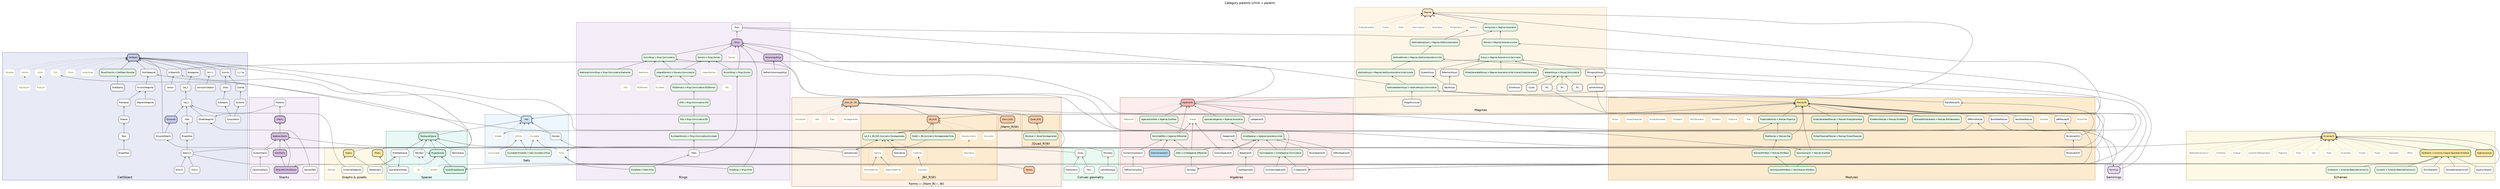
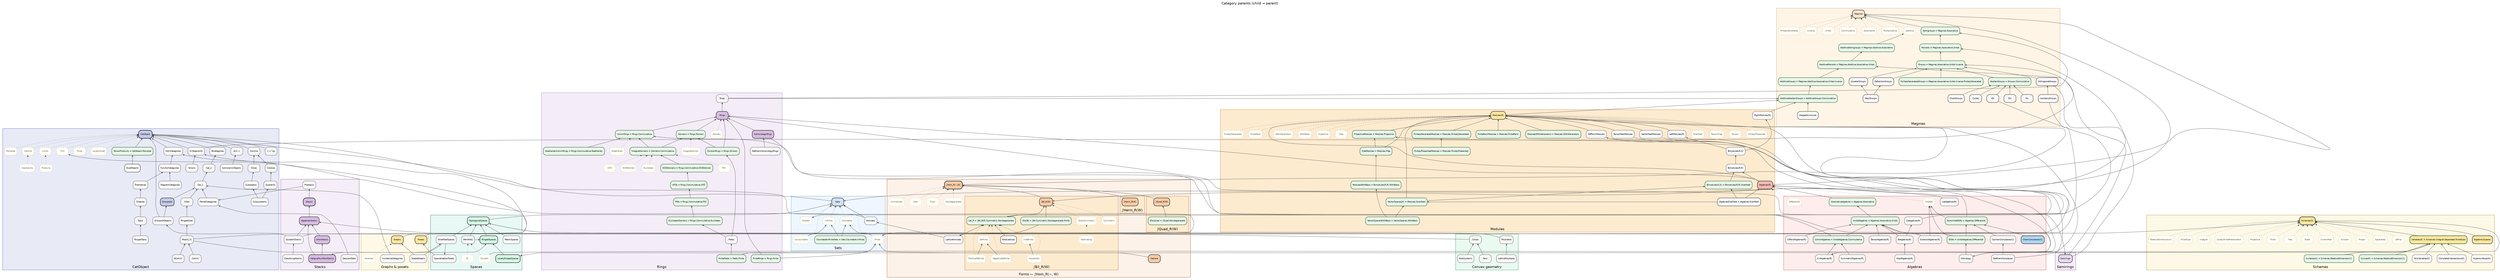
// Category parent graph (child → parent = supercategory).
//
// Node classes:
//   1. Categories — solid boxes
//   2. Atomic axioms — short dotted label on most general host; dotted edge
//   3. Named joins — green "Name = C.A1.A2…" when a conventional name packages
//      axioms from farther up the hierarchy
//
// Forms: ∫Hom_R(−,W) hosts shared form axioms; Bil ‖ Quad ‖ Herm are children.
// Render: dot -Tsvg category_parent_graph.dot -o category_parent_graph.svg

digraph CategoryParents {
  graph [
    rankdir=BT
    labelloc=t
    label="Category parents (child → parent)"
    fontsize=15
    fontname="Helvetica"
    nodesep=0.32
    ranksep=0.55
    compound=true
    newrank=true
    splines=true
  ];
  node [
    shape=box
    style="rounded,filled"
    fontname="Helvetica"
    fontsize=9
    fillcolor="#f7f7f7"
    color="#333333"
  ];
  edge [color="#444444", arrowsize=0.65];

  // Named-join default (overridden locally where needed)
  // fillcolor="#e8f5e9" color="#1b5e20"

  //══════════════════════════════════════════════════════════════
  // CatObject + sites/sheaves
  //══════════════════════════════════════════════════════════════
  subgraph cluster_cat {
    label="CatObject";
    style=filled; fillcolor="#e8eaf6"; color="#3f51b5";
    node [style="rounded,filled", fillcolor="#f7f7f7", color="#333333", fontcolor="#000000"];

    CatObject [fillcolor="#c5cae9", penwidth=2.5];
    // Cat_1 = ordinary 1-categories; Cat_2 = (2,1)-categories
    Cat_1; Cat_2;
    Groupoids [fillcolor="#c5cae9", penwidth=2];
    Bicategories;
    "Arr(−)"; "(−)^op";
    Comma; Slices; Coslices;
    // slice/coslice constructions (a subobject is a mono A→B in a slice)
    Subobjects; Quotients; Subquotients; IsomorphicObjects;
    DiagramCategories; FunctorCategories; HomCategories;
    "G-Objects(G)"; FibredCategories; GroupoidObjects; Torsors;
    Sites; Presheaves; Sheaves; Topoi;
    RingedSites; RingedTopoi;
    "Mod(O_X)"; "Coh(X)"; "QCoh(X)";

    node [style="rounded,filled", fillcolor="#e8f5e9", color="#1b5e20", fontcolor="#000000", penwidth=1.5];
    "TensorProducts = CatObject.Monoidal";
    node [style="rounded,filled", fillcolor="#f7f7f7", color="#333333", fontcolor="#000000"];
    DualObjects;

    node [style="rounded,filled,dotted", fillcolor="#fffef5", color="#888888", fontcolor="#555555"];
    // Nested-cat + (co)limit axioms on CatObject
    "CatObject.LocallySmall" [label="LocallySmall"];
    "CatObject.Finite" [label="Finite"];
    "CatObject.Thin" [label="Thin"];
    "CatObject.Limits" [label="Limits"];
    "CatObject.Colimits" [label="Colimits"];
    "CatObject.Products" [label="Products"];
    "CatObject.Coproducts" [label="Coproducts"];
    "ax.Monoidal" [label="Monoidal"];
    node [style="rounded,filled", fillcolor="#f7f7f7", color="#333333", fontcolor="#000000"];

    "CatObject.LocallySmall" -> CatObject [style=dotted];
    "CatObject.Finite" -> CatObject [style=dotted];
    "CatObject.Thin" -> CatObject [style=dotted];
    "CatObject.Limits" -> CatObject [style=dotted];
    "CatObject.Colimits" -> CatObject [style=dotted];
    // Products/Coproducts organize under (co)limits
    "CatObject.Products" -> "CatObject.Limits" [style=dotted];
    "CatObject.Coproducts" -> "CatObject.Colimits" [style=dotted];
    "ax.Monoidal" -> CatObject [style=dotted];

    Groupoids -> Cat_1;
    Cat_1 -> Cat_2;
    Cat_2 -> Bicategories;
    Bicategories -> CatObject;
    "TensorProducts = CatObject.Monoidal" -> CatObject;
    DualObjects -> "TensorProducts = CatObject.Monoidal";
    "Arr(−)" -> CatObject;
    "(−)^op" -> CatObject;
    Comma -> CatObject;
    Slices -> Comma;
    Coslices -> Comma;
    Subobjects -> Slices;
    Quotients -> Coslices;
    Subquotients -> Subobjects;
    Subquotients -> Quotients;
    IsomorphicObjects -> "Arr(−)";
    DiagramCategories -> FunctorCategories;
    FunctorCategories -> HomCategories;
    HomCategories -> CatObject;
    "G-Objects(G)" -> CatObject;
    // Fibred categories over an arbitrary base category (not only groupoids)
    FibredCategories -> Cat_1;
    GroupoidObjects -> CatObject;
    GroupoidObjects -> Groupoids;
    Torsors -> "G-Objects(G)";
    Sites -> Cat_1;
    Presheaves -> FunctorCategories;
    Sheaves -> Presheaves;
    Topoi -> Sheaves;
    RingedSites -> Sites;
    RingedTopoi -> Topoi;
    "Mod(O_X)" -> RingedSites;
    "Coh(X)" -> "Mod(O_X)";
    "QCoh(X)" -> "Mod(O_X)";
  }

  //══════════════════════════════════════════════════════════════
  // Sets
  //══════════════════════════════════════════════════════════════
  subgraph cluster_sets {
    label="Sets";
    style=filled; fillcolor="#eef6ff"; color="#6a8caf";
    node [style="rounded,filled", fillcolor="#f7f7f7", color="#333333", fontcolor="#000000"];

    Sets [fillcolor="#cfe2f3", penwidth=2];
    Homsets;

    node [style="rounded,filled", fillcolor="#e8f5e9", color="#1b5e20", fontcolor="#000000", penwidth=1.5];
    "CountableInfiniteSets = Sets.Countable.Infinite";

    node [style="rounded,filled,dotted", fillcolor="#fffef5", color="#888888", fontcolor="#555555"];
    "Sets.Finite" [label="Finite"];
    "Sets.Infinite" [label="Infinite"];
    "Sets.Countable" [label="Countable"];
    "Sets.Uncountable" [label="Uncountable"];
    "Sets.Graded" [label="Graded"];
    node [style="rounded,filled", fillcolor="#f7f7f7", color="#333333", fontcolor="#000000"];

    Sets -> CatObject [constraint=false];
    "Sets.Finite" -> Sets [style=dotted];
    "Sets.Infinite" -> Sets [style=dotted];
    "Sets.Countable" -> Sets [style=dotted];
    "Sets.Uncountable" -> Sets [style=dotted];
    "Sets.Graded" -> Sets [style=dotted];
    "Sets.Finite" -> "Sets.Countable";
    "Sets.Uncountable" -> "Sets.Infinite";
    "CountableInfiniteSets = Sets.Countable.Infinite" -> "Sets.Countable";
    "CountableInfiniteSets = Sets.Countable.Infinite" -> "Sets.Infinite";
    Homsets -> HomCategories [constraint=false];
    Homsets -> Sets;
  }

  //══════════════════════════════════════════════════════════════
  // Spaces
  //══════════════════════════════════════════════════════════════
  subgraph cluster_spaces {
    label="Spaces";
    style=filled; fillcolor="#e8f8f5"; color="#0e6655";
    node [style="rounded,filled", fillcolor="#f7f7f7", color="#333333", fontcolor="#000000"];

    TopologicalSpaces [fillcolor="#d5f5e3", penwidth=2];
    MetricSpaces;
    Manifolds;
    RingedSpaces [fillcolor="#d5f5e3", penwidth=2];
    LocallyRingedSpaces [fillcolor="#d5f5e3", penwidth=2];
    StratifiedSpaces;

    node [style="rounded,filled,dotted", fillcolor="#fffef5", color="#888888", fontcolor="#555555"];
    "Manifolds.Smooth" [label="Smooth"];
    "Manifolds.PL" [label="PL"];
    node [style="rounded,filled", fillcolor="#f7f7f7", color="#333333", fontcolor="#000000"];

    TopologicalSpaces -> Sets [constraint=false];
    MetricSpaces -> TopologicalSpaces;
    Manifolds -> TopologicalSpaces;
    Manifolds -> RingedSpaces [constraint=false];
    "Manifolds.Smooth" -> Manifolds [style=dotted];
    "Manifolds.PL" -> Manifolds [style=dotted];
    RingedSpaces -> TopologicalSpaces;
    LocallyRingedSpaces -> RingedSpaces;
    StratifiedSpaces -> TopologicalSpaces;
    StratifiedSpaces -> SpecializationPosets [constraint=false];
    "Mod(O_X)" -> RingedSpaces [constraint=false];
  }

  //══════════════════════════════════════════════════════════════
  // Convex geometry
  //══════════════════════════════════════════════════════════════
  subgraph cluster_convex {
    label="Convex geometry";
    style=filled; fillcolor="#eafaf1"; color="#1e8449";
    node [style="rounded,filled", fillcolor="#f7f7f7", color="#333333", fontcolor="#000000"];

    Cones; Fans; Polyhedra; LatticePolytopes; RootSystems;
    Cones -> TopologicalSpaces [constraint=false];
    Fans -> Cones;
    Polyhedra -> TopologicalSpaces [constraint=false];
    LatticePolytopes -> Polyhedra;
    RootSystems -> Cones;
  }

  //══════════════════════════════════════════════════════════════
  // Graphs & posets
  //══════════════════════════════════════════════════════════════
  subgraph cluster_graphs {
    label="Graphs & posets";
    style=filled; fillcolor="#fef9e7"; color="#b7950b";
    node [style="rounded,filled", fillcolor="#f7f7f7", color="#333333", fontcolor="#000000"];

    Graphs [fillcolor="#f9e79f", penwidth=2];
    StableGraphs; Posets [fillcolor="#f9e79f", penwidth=2];
    SpecializationPosets; IncidenceCategories;

    node [style="rounded,filled,dotted", fillcolor="#fffef5", color="#888888", fontcolor="#555555"];
    "Graphs.Directed" [label="Directed"];
    node [style="rounded,filled", fillcolor="#f7f7f7", color="#333333", fontcolor="#000000"];

    Graphs -> CatObject [constraint=false];
    "Graphs.Directed" -> Graphs [style=dotted];
    StableGraphs -> Graphs;
    Posets -> "CatObject.Thin" [constraint=false];
    SpecializationPosets -> Posets;
    IncidenceCategories -> Cat_1 [constraint=false];
    StableGraphs -> StratifiedSpaces [constraint=false];
  }

  //══════════════════════════════════════════════════════════════
  // Magmas
  //══════════════════════════════════════════════════════════════
  subgraph cluster_magmas {
    label="Magmas";
    style=filled; fillcolor="#fff5e6"; color="#c49a6c";
    node [style="rounded,filled", fillcolor="#f7f7f7", color="#333333", fontcolor="#000000"];

    Magmas [fillcolor="#fce5cd", penwidth=2];

    // named joins (axioms from Magmas)
    node [style="rounded,filled", fillcolor="#e8f5e9", color="#1b5e20", fontcolor="#000000", penwidth=1.5];
    "Semigroups = Magmas.Associative";
    "Monoids = Magmas.Associative.Unital";
    "Groups = Magmas.Associative.Unital.Inverse";
    "AbelianGroups = Groups.Commutative";
    "FinitelyGeneratedGroups = Magmas.Associative.Unital.Inverse.FinitelyGenerated";
    "AdditiveSemigroups = Magmas.Additive.Associative";
    "AdditiveMonoids = Magmas.Additive.Associative.Unital";
    "AdditiveGroups = Magmas.Additive.Associative.Unital.Inverse";
    "AdditiveAbelianGroups = AdditiveGroups.Commutative";
    node [style="rounded,filled", fillcolor="#f7f7f7", color="#333333", fontcolor="#000000"];

    CoxeterGroups; WeylGroups; ReflectionGroups;
    OrthogonalGroups; IsometryGroups;
    Pic; Div; NS; Cycles; ChowGroups; HodgeStructures;

    // Flat Magmas axiom set: Additive/Multiplicative select the operation;
    // Associative/Unital/Inverse/Commutative hang on Magmas itself (not re-hosted).
    node [style="rounded,filled,dotted", fillcolor="#fffef5", color="#888888", fontcolor="#555555"];
    "Magmas.Additive" [label="Additive"];
    "Magmas.Multiplicative" [label="Multiplicative"];
    "ax.Associative" [label="Associative"];
    "ax.Commutative" [label="Commutative"];
    "ax.Unital" [label="Unital"];
    "ax.Inverse" [label="Inverse"];
    "ax.FinitelyGenerated" [label="FinitelyGenerated"];
    node [style="rounded,filled", fillcolor="#f7f7f7", color="#333333", fontcolor="#000000"];

    "Magmas.Additive" -> Magmas [style=dotted];
    "Magmas.Multiplicative" -> Magmas [style=dotted];
    "ax.Associative" -> Magmas [style=dotted];
    "ax.Commutative" -> Magmas [style=dotted];
    "ax.Unital" -> Magmas [style=dotted];
    "ax.Inverse" -> Magmas [style=dotted];
    "ax.FinitelyGenerated" -> Magmas [style=dotted];

    // Hasse: each named join factors through the previous rung
    "Semigroups = Magmas.Associative" -> Magmas;
    "Monoids = Magmas.Associative.Unital" -> "Semigroups = Magmas.Associative";
    "Groups = Magmas.Associative.Unital.Inverse" -> "Monoids = Magmas.Associative.Unital";
    "AbelianGroups = Groups.Commutative" -> "Groups = Magmas.Associative.Unital.Inverse";
    "FinitelyGeneratedGroups = Magmas.Associative.Unital.Inverse.FinitelyGenerated" -> "Groups = Magmas.Associative.Unital.Inverse";
    "AdditiveSemigroups = Magmas.Additive.Associative" -> "Magmas.Additive";
    "AdditiveMonoids = Magmas.Additive.Associative.Unital" -> "AdditiveSemigroups = Magmas.Additive.Associative";
    "AdditiveGroups = Magmas.Additive.Associative.Unital.Inverse" -> "AdditiveMonoids = Magmas.Additive.Associative.Unital";
    "AdditiveAbelianGroups = AdditiveGroups.Commutative" -> "AdditiveGroups = Magmas.Additive.Associative.Unital.Inverse";

    CoxeterGroups -> "Groups = Magmas.Associative.Unital.Inverse";
    WeylGroups -> CoxeterGroups;
    ReflectionGroups -> "Groups = Magmas.Associative.Unital.Inverse";
    WeylGroups -> ReflectionGroups;
    OrthogonalGroups -> "Groups = Magmas.Associative.Unital.Inverse";
    IsometryGroups -> OrthogonalGroups;
    Pic -> "AbelianGroups = Groups.Commutative";
    Div -> "AbelianGroups = Groups.Commutative";
    NS -> "AbelianGroups = Groups.Commutative";
    Cycles -> "AbelianGroups = Groups.Commutative";
    ChowGroups -> "AbelianGroups = Groups.Commutative";
    HodgeStructures -> "AdditiveAbelianGroups = AdditiveGroups.Commutative";
    Magmas -> Sets [constraint=false];
    "G-Objects(G)" -> "Groups = Magmas.Associative.Unital.Inverse" [constraint=false];
  }

  //══════════════════════════════════════════════════════════════
  // Semirings
  //══════════════════════════════════════════════════════════════
  subgraph cluster_semirings {
    label="Semirings";
    style=filled; fillcolor="#f5eef8"; color="#7d3c98";
    node [style="rounded,filled", fillcolor="#f7f7f7", color="#333333", fontcolor="#000000"];
    Semirings [fillcolor="#e8daef", penwidth=2];
    Semirings -> "Monoids = Magmas.Associative.Unital" [constraint=false];
    Semirings -> "AdditiveMonoids = Magmas.Additive.Associative.Unital" [constraint=false];
  }

  //══════════════════════════════════════════════════════════════
  // Rings
  //══════════════════════════════════════════════════════════════
  subgraph cluster_rings {
    label="Rings";
    style=filled; fillcolor="#f4ecf7"; color="#8e7cc3";
    node [style="rounded,filled", fillcolor="#f7f7f7", color="#333333", fontcolor="#000000"];

    Rngs; Rings [fillcolor="#d7bde2", penwidth=2];
    Fields;
    CohomologyRings [fillcolor="#d7bde2", penwidth=2];
    DeRhamCohomologyRings;

    node [style="rounded,filled", fillcolor="#e8f5e9", color="#1b5e20", fontcolor="#000000", penwidth=1.5];
    "CommRings = Rings.Commutative";
    "Domains = Rings.Domain";
    "IntegralDomains = Domains.Commutative";
    "GCDDomains = Rings.Commutative.GCDDomain";
    "UFDs = Rings.Commutative.UFD";
    "PIDs = Rings.Commutative.PID";
    "EuclideanDomains = Rings.Commutative.Euclidean";
    "NoetherianCommRings = Rings.Commutative.Noetherian";
    // Finite lives on Sets; FiniteRings/Fields are pullbacks Rings.Finite / Fields.Finite
    "FiniteRings = Rings.Finite";
    "FiniteFields = Fields.Finite";
    // Multiplicative invertibility (nonzero) packaged onto Rings
    "DivisionRings = Rings.Division";
    node [style="rounded,filled", fillcolor="#f7f7f7", color="#333333", fontcolor="#000000"];

    node [style="rounded,filled,dotted", fillcolor="#fffef5", color="#888888", fontcolor="#555555"];
    "ax.Domain" [label="Domain"];
    "ax.IntegralDomain" [label="IntegralDomain"];
    "ax.GCDDomain" [label="GCDDomain"];
    "ax.UFD" [label="UFD"];
    "ax.PID" [label="PID"];
    "ax.Euclidean" [label="Euclidean"];
    "ax.Noetherian" [label="Noetherian"];
    node [style="rounded,filled", fillcolor="#f7f7f7", color="#333333", fontcolor="#000000"];

    Rngs -> "Semigroups = Magmas.Associative" [constraint=false];
    Rngs -> "AdditiveAbelianGroups = AdditiveGroups.Commutative" [constraint=false];
    Rings -> Rngs;
    Rings -> Semirings [constraint=false];
    "DivisionRings = Rings.Division" -> Rings;
    "DivisionRings = Rings.Division" -> "Domains = Rings.Domain";
    Fields -> "DivisionRings = Rings.Division";
    Fields -> "EuclideanDomains = Rings.Commutative.Euclidean";
    "CommRings = Rings.Commutative" -> Rings;
    // Domains need not be commutative
    "Domains = Rings.Domain" -> Rings;
    "IntegralDomains = Domains.Commutative" -> "Domains = Rings.Domain";
    "IntegralDomains = Domains.Commutative" -> "CommRings = Rings.Commutative";
    "GCDDomains = Rings.Commutative.GCDDomain" -> "IntegralDomains = Domains.Commutative";
    "UFDs = Rings.Commutative.UFD" -> "GCDDomains = Rings.Commutative.GCDDomain";
    "PIDs = Rings.Commutative.PID" -> "UFDs = Rings.Commutative.UFD";
    "EuclideanDomains = Rings.Commutative.Euclidean" -> "PIDs = Rings.Commutative.PID";
    "NoetherianCommRings = Rings.Commutative.Noetherian" -> "CommRings = Rings.Commutative";
    "FiniteRings = Rings.Finite" -> Rings;
    "FiniteRings = Rings.Finite" -> "Sets.Finite";
    "FiniteFields = Fields.Finite" -> Fields;
    "FiniteFields = Fields.Finite" -> "Sets.Finite";

    "ax.Domain" -> Rings [style=dotted];
    "ax.IntegralDomain" -> "Domains = Rings.Domain" [style=dotted];
    "ax.GCDDomain" -> "IntegralDomains = Domains.Commutative" [style=dotted];
    "ax.UFD" -> "IntegralDomains = Domains.Commutative" [style=dotted];
    "ax.PID" -> "IntegralDomains = Domains.Commutative" [style=dotted];
    "ax.Euclidean" -> "IntegralDomains = Domains.Commutative" [style=dotted];
    "ax.Noetherian" -> "CommRings = Rings.Commutative" [style=dotted];

    CohomologyRings -> Rings;
    DeRhamCohomologyRings -> CohomologyRings;
  }

  //══════════════════════════════════════════════════════════════
  // Modules — Left / Right / Bi are categories, not axioms
  //══════════════════════════════════════════════════════════════
  subgraph cluster_modules {
    label="Modules";
    style=filled; fillcolor="#fdebd0"; color="#b9770e";
    node [style="rounded,filled", fillcolor="#f7f7f7", color="#333333", fontcolor="#000000"];

    // Modules(R) = left R-modules (Foundations Def 13.1). Sage's Modules(R) is NOT
    // this vertex: it is Bimodules(R,R) (modules.py; see the sagecats ledger).
    "Modules(R)" [fillcolor="#f9e79f", penwidth=2];
    "LeftModules(R)";
    "RightModules(R)";
    "Bimodules(R,S)";
    "Bimodules(R,R)";
    VectorFieldModules; TensorFieldModules; DiffFormModules;

    node [style="rounded,filled", fillcolor="#e8f5e9", color="#1b5e20", fontcolor="#000000", penwidth=1.5];
+     "Bimodules(K,K) = Bimodules(R,R).OverField";
    "FreeModules = Modules.Free";
    "ProjectiveModules = Modules.Projective";
-     "ModulesWithBasis = Modules.WithBasis";
+     "ModulesWithBasis = Bimodules(R,R).WithBasis";
    "ModulesWithGenerators = Modules.WithGenerators";
    "FiniteRankModules = Modules.FiniteRank";
    "FinitelyGeneratedModules = Modules.FinitelyGenerated";
    "FinitelyPresentedModules = Modules.FinitelyPresented";
    "VectorSpaces(K) = Modules.OverField";
    "VectorSpacesWithBasis = VectorSpaces.WithBasis";
    node [style="rounded,filled", fillcolor="#f7f7f7", color="#333333", fontcolor="#000000"];

    node [style="rounded,filled,dotted", fillcolor="#fffef5", color="#888888", fontcolor="#555555"];
    "Modules.Free" [label="Free"];
    "Modules.Projective" [label="Projective"];
    "Modules.WithBasis" [label="WithBasis"];
    "Modules.WithGenerators" [label="WithGenerators"];
    "Modules.FiniteRank" [label="FiniteRank"];
    "Modules.FinitelyGenerated" [label="FinitelyGenerated"];
    "Modules.FinitelyPresented" [label="FinitelyPresented"];
    "Modules.Torsion" [label="Torsion"];
    "Modules.TorsionFree" [label="TorsionFree"];
    "Modules.OverField" [label="OverField"];
    node [style="rounded,filled", fillcolor="#f7f7f7", color="#333333", fontcolor="#000000"];

    "Modules.Free" -> "Modules(R)" [style=dotted];
    "Modules.Projective" -> "Modules(R)" [style=dotted];
    "Modules.WithBasis" -> "Modules(R)" [style=dotted];
    "Modules.WithGenerators" -> "Modules(R)" [style=dotted];
    "Modules.FiniteRank" -> "Modules(R)" [style=dotted];
    "Modules.FinitelyGenerated" -> "Modules(R)" [style=dotted];
    "Modules.FinitelyPresented" -> "Modules(R)" [style=dotted];
    "Modules.Torsion" -> "Modules(R)" [style=dotted];
    "Modules.TorsionFree" -> "Modules(R)" [style=dotted];
    "Modules.OverField" -> "Modules(R)" [style=dotted];

    // LeftModules is the explicit synonym for Modules(R); RightModules is the opposite action
    "LeftModules(R)" -> "Modules(R)";
    "RightModules(R)" -> "AdditiveAbelianGroups = AdditiveGroups.Commutative";
    "Modules(R)" -> "AdditiveAbelianGroups = AdditiveGroups.Commutative";
    "Bimodules(R,R)" -> "Bimodules(R,S)";
+     "Algebras(R)" -> "Bimodules(R,R)";
+     "Bimodules(K,K) = Bimodules(R,R).OverField" -> "Bimodules(R,R)";
+     "VectorSpaces(K) = Modules.OverField" -> "Bimodules(K,K) = Bimodules(R,R).OverField";
+     "AlgebrasOverField = Algebras.OverField" -> "Bimodules(K,K) = Bimodules(R,R).OverField";
    "Bimodules(R,S)" -> "LeftModules(R)";
    "Bimodules(R,S)" -> "RightModules(R)";
    "VectorSpaces(K) = Modules.OverField" -> "Modules(R)";
    "FreeModules = Modules.Free" -> "Modules(R)";
    "ProjectiveModules = Modules.Projective" -> "Modules(R)";
    "FreeModules = Modules.Free" -> "ProjectiveModules = Modules.Projective";
-     "ModulesWithBasis = Modules.WithBasis" -> "FreeModules = Modules.Free";
+     "ModulesWithBasis = Bimodules(R,R).WithBasis" -> "FreeModules = Modules.Free";
    "ModulesWithGenerators = Modules.WithGenerators" -> "Modules(R)";
    "FiniteRankModules = Modules.FiniteRank" -> "Modules(R)";
    "FinitelyGeneratedModules = Modules.FinitelyGenerated" -> "Modules(R)";
    "FinitelyPresentedModules = Modules.FinitelyPresented" -> "FinitelyGeneratedModules = Modules.FinitelyGenerated";
    "VectorSpacesWithBasis = VectorSpaces.WithBasis" -> "VectorSpaces(K) = Modules.OverField";
-     "VectorSpacesWithBasis = VectorSpaces.WithBasis" -> "ModulesWithBasis = Modules.WithBasis";
+     "VectorSpacesWithBasis = VectorSpaces.WithBasis" -> "ModulesWithBasis = Bimodules(R,R).WithBasis";
    VectorFieldModules -> "Modules(R)";
    TensorFieldModules -> "Modules(R)";
    DiffFormModules -> "Modules(R)";
    "Mod(O_X)" -> "Modules(R)" [constraint=false];
  }

  //══════════════════════════════════════════════════════════════
  // Algebras(R) = module with bilinear product (no assoc/unit). Sage MagmaticAlgebras → here;
  // Sage Algebras → UnitalAlgebras = Algebras.Associative.Unital
  //══════════════════════════════════════════════════════════════
  subgraph cluster_algebras {
    label="Algebras";
    style=filled; fillcolor="#fdedec"; color="#c0392b";
    node [style="rounded,filled", fillcolor="#f7f7f7", color="#333333", fontcolor="#000000"];

    "Algebras(R)" [fillcolor="#f5b7b1", penwidth=2];
    "LieAlgebras(R)"; "CliffordAlgebras(R)";
    "SymmetricAlgebras(R)"; "ExteriorAlgebras(R)"; "TensorAlgebras(R)";
    "HopfAlgebras(R)"; "Coalgebras(R)"; "Bialgebras(R)";
    "C∞Algebras(R)";
    "ChainComplexes(C)" [fillcolor="#aed6f1", penwidth=2];
    "CochainComplexes(C)";
    DeRhamComplexes;
    Homology;

    node [style="rounded,filled", fillcolor="#e8f5e9", color="#1b5e20", fontcolor="#000000", penwidth=1.5];
    // Associative/Unital transported onto Algebras(R) (pullbacks of Magmas classifiers)
    "AssociativeAlgebras = Algebras.Associative";
    "UnitalAlgebras = Algebras.Associative.Unital";
    "CommAlgebras = UnitalAlgebras.Commutative";
    "NonUnitalDGAs = Algebras.Differential";
    "DGAs = UnitalAlgebras.Differential";
    "AlgebrasOverField = Algebras.OverField";
    node [style="rounded,filled", fillcolor="#f7f7f7", color="#333333", fontcolor="#000000"];

    node [style="rounded,filled,dotted", fillcolor="#fffef5", color="#888888", fontcolor="#555555"];
    "ax.Differential" [label="Differential"];
    // Graded least-host is Sets; Algebras(R).Graded is the pullback transport
    "Algebras(R).Graded" [label="Graded"];
    node [style="rounded,filled", fillcolor="#f7f7f7", color="#333333", fontcolor="#000000"];

    "Algebras(R)" -> Magmas [constraint=false];
    "Algebras(R)" -> "Modules(R)" [constraint=false];
    "Algebras(R)" -> Rings [constraint=false];
    "AssociativeAlgebras = Algebras.Associative" -> "Algebras(R)";
    "UnitalAlgebras = Algebras.Associative.Unital" -> "AssociativeAlgebras = Algebras.Associative";
    "CommAlgebras = UnitalAlgebras.Commutative" -> "UnitalAlgebras = Algebras.Associative.Unital";
    "CommAlgebras = UnitalAlgebras.Commutative" -> "CommRings = Rings.Commutative" [constraint=false];
    "AlgebrasOverField = Algebras.OverField" -> "Algebras(R)";
    "AlgebrasOverField = Algebras.OverField" -> "VectorSpaces(K) = Modules.OverField" [constraint=false];
    "ax.Differential" -> "Algebras(R)" [style=dotted];
    "Algebras(R).Graded" -> "Algebras(R)" [style=dotted];
    "NonUnitalDGAs = Algebras.Differential" -> "Algebras(R)";
    "NonUnitalDGAs = Algebras.Differential" -> "Algebras(R).Graded";
    "DGAs = UnitalAlgebras.Differential" -> "UnitalAlgebras = Algebras.Associative.Unital";
    "DGAs = UnitalAlgebras.Differential" -> "Algebras(R).Graded";
    "DGAs = UnitalAlgebras.Differential" -> "NonUnitalDGAs = Algebras.Differential";
    "LieAlgebras(R)" -> "Algebras(R)";
    "CliffordAlgebras(R)" -> "UnitalAlgebras = Algebras.Associative.Unital";
    "SymmetricAlgebras(R)" -> "CommAlgebras = UnitalAlgebras.Commutative";
    "ExteriorAlgebras(R)" -> "UnitalAlgebras = Algebras.Associative.Unital";
    "ExteriorAlgebras(R)" -> "Algebras(R).Graded";
    "TensorAlgebras(R)" -> "UnitalAlgebras = Algebras.Associative.Unital";
    "Coalgebras(R)" -> "Modules(R)" [constraint=false];
    "Bialgebras(R)" -> "UnitalAlgebras = Algebras.Associative.Unital";
    "Bialgebras(R)" -> "Coalgebras(R)";
    "HopfAlgebras(R)" -> "Bialgebras(R)";
    "C∞Algebras(R)" -> "CommAlgebras = UnitalAlgebras.Commutative";
    DiffFormModules -> "Sets.Graded" [constraint=false];
    VectorFieldModules -> "C∞Algebras(R)" [constraint=false];
    TensorFieldModules -> "C∞Algebras(R)" [constraint=false];

    "ChainComplexes(C)" -> "NonUnitalDGAs = Algebras.Differential";
    "CochainComplexes(C)" -> "NonUnitalDGAs = Algebras.Differential";
    DeRhamComplexes -> "CochainComplexes(C)";
    DeRhamComplexes -> DiffFormModules [constraint=false];
    Homology -> "DGAs = UnitalAlgebras.Differential";
    Homology -> "Modules(R)" [constraint=false];
    CohomologyRings -> Homology [constraint=false];
  }

  //══════════════════════════════════════════════════════════════
  // Forms — ∫Hom_R(−,W) parent; Bil ‖ Quad ‖ Herm children
  //══════════════════════════════════════════════════════════════
  subgraph cluster_forms {
    label="Forms — ∫Hom_R(−, W)";
    style=filled; fillcolor="#fdf2e9"; color="#a04000";
    node [style="rounded,filled", fillcolor="#f7f7f7", color="#333333", fontcolor="#000000"];

    "∫Hom_R(−,W)" [fillcolor="#f5cba7", penwidth=2.5];
    Genera [fillcolor="#f5cba7", penwidth=2];
    LatticeHomsets;

    // shared form axioms on ∫Hom (incl. Unimodular = Perfect)
    node [style="rounded,filled,dotted", fillcolor="#fffef5", color="#888888", fontcolor="#555555"];
    "∫Hom.Nondegenerate" [label="Nondegenerate"];
    "∫Hom.Even" [label="Even"];
    "∫Hom.Odd" [label="Odd"];
    "∫Hom.Unimodular" [label="Unimodular"];
    node [style="rounded,filled", fillcolor="#f7f7f7", color="#333333", fontcolor="#000000"];

    "∫Hom_R(−,W)" -> "Modules(R)" [constraint=false];
    "∫Hom.Nondegenerate" -> "∫Hom_R(−,W)" [style=dotted];
    "∫Hom.Even" -> "∫Hom_R(−,W)" [style=dotted];
    "∫Hom.Odd" -> "∫Hom_R(−,W)" [style=dotted];
    "∫Hom.Unimodular" -> "∫Hom_R(−,W)" [style=dotted];

    //—— Bil ——
    subgraph cluster_bil {
      label="∫Bil_R(W)";
      style=filled; fillcolor="#fdebd0"; color="#af601a";
      node [style="rounded,filled", fillcolor="#f7f7f7", color="#333333", fontcolor="#000000"];

      "∫Bil_R(W)" [fillcolor="#f5cba7", penwidth=2];

      node [style="rounded,filled,dotted", fillcolor="#fffef5", color="#888888", fontcolor="#555555"];
      "∫Bil.Symmetric" [label="Symmetric"];
      "∫Bil.SkewSymmetric" [label="SkewSymmetric"];
      "∫Bil.Alternating" [label="Alternating"];
      node [style="rounded,filled", fillcolor="#f7f7f7", color="#333333", fontcolor="#000000"];

      node [style="rounded,filled", fillcolor="#e8f5e9", color="#1b5e20", fontcolor="#000000", penwidth=1.5];
      "Lat_R = ∫Bil_R(R).Symmetric.Nondegenerate";
      "DiscBil = ∫Bil.Symmetric.Nondegenerate.Finite";
      node [style="rounded,filled", fillcolor="#f7f7f7", color="#333333", fontcolor="#000000"];

      RootLattices;

      node [style="rounded,filled,dotted", fillcolor="#fffef5", color="#888888", fontcolor="#555555"];
      "Lat.Definite" [label="Definite"];
      "Lat.PositiveDefinite" [label="PositiveDefinite"];
      "Lat.NegativeDefinite" [label="NegativeDefinite"];
      "Lat.Indefinite" [label="Indefinite"];
      "Lat.Hyperbolic" [label="Hyperbolic"];
      node [style="rounded,filled", fillcolor="#f7f7f7", color="#333333", fontcolor="#000000"];
    }

    //—— Quad ——
    subgraph cluster_quad {
      label="∫Quad_R(W)";
      style=filled; fillcolor="#fdebd0"; color="#af601a";
      node [style="rounded,filled", fillcolor="#f7f7f7", color="#333333", fontcolor="#000000"];

      "∫Quad_R(W)" [fillcolor="#f5cba7", penwidth=2];

      node [style="rounded,filled", fillcolor="#e8f5e9", color="#1b5e20", fontcolor="#000000", penwidth=1.5];
      "DiscQuad = ∫Quad.Nondegenerate";
      node [style="rounded,filled", fillcolor="#f7f7f7", color="#333333", fontcolor="#000000"];
    }

    //—— Herm ——
    subgraph cluster_herm {
      label="∫Herm_R(W)";
      style=filled; fillcolor="#fdebd0"; color="#af601a";
      node [style="rounded,filled", fillcolor="#f7f7f7", color="#333333", fontcolor="#000000"];
      "∫Herm_R(W)" [fillcolor="#f5cba7", penwidth=2];
    }

    "∫Bil_R(W)" -> "∫Hom_R(−,W)";
    "∫Quad_R(W)" -> "∫Hom_R(−,W)";
    "∫Herm_R(W)" -> "∫Hom_R(−,W)";

    "∫Bil.Symmetric" -> "∫Bil_R(W)" [style=dotted];
    "∫Bil.SkewSymmetric" -> "∫Bil_R(W)" [style=dotted];
    // Alternating ⇒ SkewSymmetric (equiv. in char ≠ 2)
    "∫Bil.Alternating" -> "∫Bil.SkewSymmetric" [style=dotted];

    "Lat_R = ∫Bil_R(R).Symmetric.Nondegenerate" -> "∫Bil_R(W)";
    "Lat_R = ∫Bil_R(R).Symmetric.Nondegenerate" -> "ProjectiveModules = Modules.Projective" [constraint=false];
    "Lat.Definite" -> "Lat_R = ∫Bil_R(R).Symmetric.Nondegenerate" [style=dotted];
    "Lat.PositiveDefinite" -> "Lat_R = ∫Bil_R(R).Symmetric.Nondegenerate" [style=dotted];
    "Lat.NegativeDefinite" -> "Lat_R = ∫Bil_R(R).Symmetric.Nondegenerate" [style=dotted];
    "Lat.Indefinite" -> "Lat_R = ∫Bil_R(R).Symmetric.Nondegenerate" [style=dotted];
    "Lat.Hyperbolic" -> "Lat_R = ∫Bil_R(R).Symmetric.Nondegenerate" [style=dotted];
    "Lat.PositiveDefinite" -> "Lat.Definite";
    "Lat.NegativeDefinite" -> "Lat.Definite";
    "Lat.Hyperbolic" -> "Lat.Indefinite";
    RootLattices -> "Lat_R = ∫Bil_R(R).Symmetric.Nondegenerate";

    "DiscBil = ∫Bil.Symmetric.Nondegenerate.Finite" -> "∫Bil_R(W)";
    "DiscBil = ∫Bil.Symmetric.Nondegenerate.Finite" -> "Sets.Finite" [constraint=false];
    "DiscQuad = ∫Quad.Nondegenerate" -> "∫Quad_R(W)";

    Genera -> "Sets.Finite" [constraint=false];
    LatticeHomsets -> Homsets [constraint=false];
    LatticeHomsets -> "Lat_R = ∫Bil_R(R).Symmetric.Nondegenerate";
    IsometryGroups -> LatticeHomsets [constraint=false];
    OrthogonalGroups -> "∫Bil_R(W)" [constraint=false];
    NS -> "Lat_R = ∫Bil_R(R).Symmetric.Nondegenerate" [constraint=false];
  }

  //══════════════════════════════════════════════════════════════
  // Schemes
  //══════════════════════════════════════════════════════════════
  subgraph cluster_schemes {
    label="Schemes";
    style=filled; fillcolor="#fef9e7"; color="#9a7d0a";
    node [style="rounded,filled", fillcolor="#f7f7f7", color="#333333", fontcolor="#000000"];

    "Schemes(S)" [fillcolor="#f9e79f", penwidth=2.5];
    "Hypersurfaces(K)"; "CompleteIntersections(K)"; "ToricVarieties(K)";
    AlgebraicSpaces [fillcolor="#f9e79f", penwidth=2];

    node [style="rounded,filled", fillcolor="#e8f5e9", color="#1b5e20", fontcolor="#000000", penwidth=1.5];
    // Varieties = integral + separated + finite type (over a field via (K))
    "Varieties(K) = Schemes.Integral.Separated.FiniteType" [fillcolor="#f9e79f", penwidth=2];
    "Curves(K) = Schemes.RelativeDimension(1)";
    "Surfaces(K) = Schemes.RelativeDimension(2)";
    node [style="rounded,filled", fillcolor="#f7f7f7", color="#333333", fontcolor="#000000"];

    node [style="rounded,filled,dotted", fillcolor="#fffef5", color="#888888", fontcolor="#555555"];
    "Schemes.Affine" [label="Affine"];
    "Schemes.Separated" [label="Separated"];
    "Schemes.Proper" [label="Proper"];
    "Schemes.Smooth" [label="Smooth"];
    "Schemes.Unramified" [label="Unramified"];
    "Schemes.Étale" [label="Étale"];
    "Schemes.Flat" [label="Flat"];
    "Schemes.Finite" [label="Finite"];
    "Schemes.Projective" [label="Projective"];
    "Schemes.LocallyFinitePresentation" [label="LocallyFinitePresentation"];
    "Schemes.Integral" [label="Integral"];
    "Schemes.FiniteType" [label="FiniteType"];
    // RelativeDimension(n): parameterized axiom (Curves n=1, Surfaces n=2, …)
    "Schemes.RelativeDimension(n)" [label="RelativeDimension(n)"];
    node [style="rounded,filled", fillcolor="#f7f7f7", color="#333333", fontcolor="#000000"];

    "Schemes(S)" -> LocallyRingedSpaces [constraint=false];
    "Schemes.Affine" -> "Schemes(S)" [style=dotted];
    "Schemes.Separated" -> "Schemes(S)" [style=dotted];
    "Schemes.Proper" -> "Schemes(S)" [style=dotted];
    "Schemes.Smooth" -> "Schemes(S)" [style=dotted];
    "Schemes.Unramified" -> "Schemes(S)" [style=dotted];
    "Schemes.Étale" -> "Schemes(S)" [style=dotted];
    "Schemes.Flat" -> "Schemes(S)" [style=dotted];
    "Schemes.Finite" -> "Schemes(S)" [style=dotted];
    "Schemes.Projective" -> "Schemes(S)" [style=dotted];
    "Schemes.LocallyFinitePresentation" -> "Schemes(S)" [style=dotted];
    "Schemes.Integral" -> "Schemes(S)" [style=dotted];
    "Schemes.FiniteType" -> "Schemes(S)" [style=dotted];
    "Schemes.RelativeDimension(n)" -> "Schemes(S)" [style=dotted];
    "Varieties(K) = Schemes.Integral.Separated.FiniteType" -> "Schemes(S)";
    "Curves(K) = Schemes.RelativeDimension(1)" -> "Varieties(K) = Schemes.Integral.Separated.FiniteType";
    "Surfaces(K) = Schemes.RelativeDimension(2)" -> "Varieties(K) = Schemes.Integral.Separated.FiniteType";
    "Hypersurfaces(K)" -> "Varieties(K) = Schemes.Integral.Separated.FiniteType";
    "CompleteIntersections(K)" -> "Varieties(K) = Schemes.Integral.Separated.FiniteType";
    "ToricVarieties(K)" -> "Varieties(K) = Schemes.Integral.Separated.FiniteType";
    AlgebraicSpaces -> "Schemes(S)";
    "Manifolds.Smooth" -> "Varieties(K) = Schemes.Integral.Separated.FiniteType" [constraint=false];
  }

  //══════════════════════════════════════════════════════════════
  // Stacks
  //══════════════════════════════════════════════════════════════
  subgraph cluster_stacks {
    label="Stacks";
    style=filled; fillcolor="#f5eef8"; color="#6c3483";
    node [style="rounded,filled", fillcolor="#f7f7f7", color="#333333", fontcolor="#000000"];

    DescentData; Prestacks;
    Stacks [fillcolor="#d7bde2", penwidth=2.5];
    AlgebraicStacks [fillcolor="#d7bde2", penwidth=2];
    DeligneMumfordStacks [fillcolor="#d7bde2", penwidth=2];
    ArtinStacks [fillcolor="#d7bde2", penwidth=2];
    QuotientStacks; ClassifyingStacks;

    DescentData -> FibredCategories [constraint=false];
    Prestacks -> FibredCategories [constraint=false];
    Stacks -> Prestacks;
    AlgebraicStacks -> Stacks;
    DeligneMumfordStacks -> AlgebraicStacks;
    ArtinStacks -> AlgebraicStacks;
    DeligneMumfordStacks -> ArtinStacks;
    QuotientStacks -> AlgebraicStacks;
    ClassifyingStacks -> QuotientStacks;
    QuotientStacks -> GroupoidObjects [constraint=false];
    QuotientStacks -> "G-Objects(G)" [constraint=false];
    "Schemes(S)" -> AlgebraicStacks [constraint=false];
    StratifiedSpaces -> DeligneMumfordStacks [constraint=false];
  }
}
